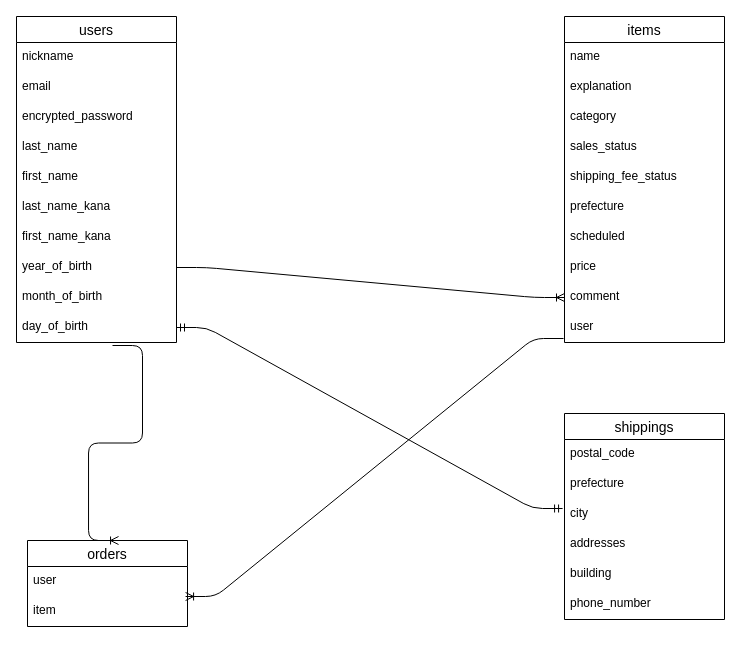
Ikumarucyanman/furima-37116 keeps this draw.io diagram as test.dio. Above is the earlier version. Source tidied: cells renumbered, new cells numbered last; positions are measured from the earlier drawing's top-left corner, leaving out a move shared by most shapes. Both pictures are drawn from the tidied source at 100%, with x=0, y=0 at pixel (16, 16).
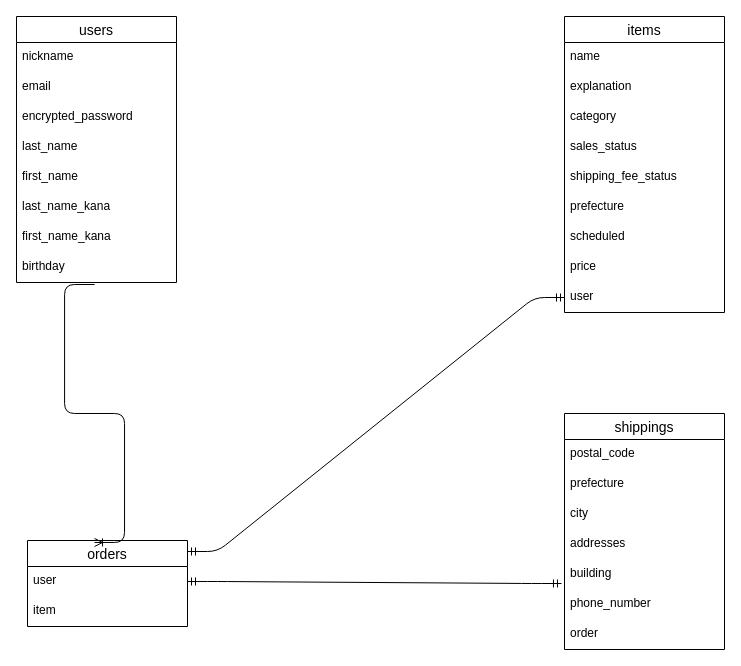
After the change.

The change refers to these unchanged cells:
```xml
<mxCell id="13" value="orders" style="swimlane;fontStyle=0;horizontal=1;startSize=26;align=center;fontSize=14;" parent="1" vertex="1">
  <mxGeometry x="11" y="524" width="160" height="86" as="geometry" />
</mxCell>
<mxCell id="14" value="user" style="text;strokeColor=none;fillColor=none;spacingLeft=4;spacingRight=4;overflow=hidden;points=[[0,0.5],[1,0.5]];portConstraint=eastwest;fontSize=12;" parent="13" vertex="1">
  <mxGeometry y="26" width="160" height="30" as="geometry" />
</mxCell>
<mxCell id="30" value="city  " style="text;strokeColor=none;fillColor=none;spacingLeft=4;spacingRight=4;overflow=hidden;points=[[0,0.5],[1,0.5]];portConstraint=eastwest;fontSize=12;" parent="27" vertex="1">
  <mxGeometry y="86" width="160" height="30" as="geometry" />
</mxCell>
<mxCell id="32" value="building" style="text;strokeColor=none;fillColor=none;spacingLeft=4;spacingRight=4;overflow=hidden;points=[[0,0.5],[1,0.5]];portConstraint=eastwest;fontSize=12;" parent="27" vertex="1">
  <mxGeometry y="146" width="160" height="30" as="geometry" />
</mxCell>
```

Change to the diagram source:
```diff
@@
     <mxCell id="2" value="users" style="swimlane;fontStyle=0;horizontal=1;startSize=26;align=center;fontSize=14;" parent="1" vertex="1">
-      <mxGeometry width="160" height="326" as="geometry" />
+      <mxGeometry width="160" height="266" as="geometry" />
     </mxCell>
@@
-    <mxCell id="10" value="year_of_birth" style="text;strokeColor=none;fillColor=none;spacingLeft=4;spacingRight=4;overflow=hidden;points=[[0,0.5],[1,0.5]];portConstraint=eastwest;fontSize=12;" parent="2" vertex="1">
+    <mxCell id="10" value="birthday" style="text;strokeColor=none;fillColor=none;spacingLeft=4;spacingRight=4;overflow=hidden;points=[[0,0.5],[1,0.5]];portConstraint=eastwest;fontSize=12;" parent="2" vertex="1">
       <mxGeometry y="236" width="160" height="30" as="geometry" />
     </mxCell>
-    <mxCell id="11" value="month_of_birth" style="text;strokeColor=none;fillColor=none;spacingLeft=4;spacingRight=4;overflow=hidden;fontSize=12;" parent="2" vertex="1">
-      <mxGeometry y="266" width="160" height="30" as="geometry" />
-    </mxCell>
-    <mxCell id="12" value="day_of_birth " style="text;strokeColor=none;fillColor=none;spacingLeft=4;spacingRight=4;overflow=hidden;points=[[0,0.5],[1,0.5]];portConstraint=eastwest;fontSize=12;" parent="2" vertex="1">
-      <mxGeometry y="296" width="160" height="30" as="geometry" />
-    </mxCell>
@@
     <mxCell id="16" value="items" style="swimlane;fontStyle=0;horizontal=1;startSize=26;align=center;fontSize=14;" parent="1" vertex="1">
-      <mxGeometry x="548" width="160" height="326" as="geometry" />
+      <mxGeometry x="548" width="160" height="296" as="geometry" />
     </mxCell>
@@
-    <mxCell id="25" value="comment " style="text;strokeColor=none;fillColor=none;spacingLeft=4;spacingRight=4;overflow=hidden;points=[[0,0.5],[1,0.5]];portConstraint=eastwest;fontSize=12;" parent="16" vertex="1">
-      <mxGeometry y="266" width="160" height="30" as="geometry" />
-    </mxCell>
     <mxCell id="26" value="user" style="text;strokeColor=none;fillColor=none;spacingLeft=4;spacingRight=4;overflow=hidden;points=[[0,0.5],[1,0.5]];portConstraint=eastwest;fontSize=12;" parent="16" vertex="1">
-      <mxGeometry y="296" width="160" height="30" as="geometry" />
+      <mxGeometry y="266" width="160" height="30" as="geometry" />
     </mxCell>
     <mxCell id="27" value="shippings" style="swimlane;fontStyle=0;horizontal=1;startSize=26;align=center;fontSize=14;" parent="1" vertex="1">
-      <mxGeometry x="548" y="397" width="160" height="206" as="geometry" />
+      <mxGeometry x="548" y="397" width="160" height="236" as="geometry" />
     </mxCell>
@@
-    <mxCell id="34" style="edgeStyle=entityRelationEdgeStyle;fontSize=12;html=1;endArrow=ERmandOne;startArrow=ERmandOne;entryX=-0.012;entryY=0.3;entryDx=0;entryDy=0;entryPerimeter=0;exitX=1;exitY=0.5;exitDx=0;exitDy=0;" parent="1" edge="1" source="12" target="30">
-      <mxGeometry relative="1" as="geometry" />
-    </mxCell>
-    <mxCell id="35" style="edgeStyle=entityRelationEdgeStyle;fontSize=12;html=1;endArrow=ERoneToMany;exitX=1;exitY=0.5;exitDx=0;exitDy=0;entryX=0;entryY=0.5;entryDx=0;entryDy=0;" parent="1" edge="1" source="10" target="25">
-      <mxGeometry relative="1" as="geometry" />
-    </mxCell>
-    <mxCell id="36" style="edgeStyle=entityRelationEdgeStyle;fontSize=12;html=1;endArrow=ERoneToMany;exitX=0.6;exitY=1.1;exitDx=0;exitDy=0;exitPerimeter=0;entryX=0.569;entryY=0;entryDx=0;entryDy=0;entryPerimeter=0;" parent="1" edge="1" source="12" target="13">
-      <mxGeometry relative="1" as="geometry" />
-    </mxCell>
-    <mxCell id="37" style="edgeStyle=entityRelationEdgeStyle;fontSize=12;html=1;endArrow=ERoneToMany;entryX=0.988;entryY=1;entryDx=0;entryDy=0;entryPerimeter=0;exitX=-0.006;exitY=0.867;exitDx=0;exitDy=0;exitPerimeter=0;" parent="1" edge="1" source="26" target="14">
-      <mxGeometry relative="1" as="geometry" />
-    </mxCell>
+    <mxCell id="38" value="order" style="text;strokeColor=none;fillColor=none;spacingLeft=4;spacingRight=4;overflow=hidden;fontSize=12;" parent="27" vertex="1">
+      <mxGeometry y="206" width="160" height="30" as="geometry" />
+    </mxCell>
+    <mxCell id="39" style="edgeStyle=entityRelationEdgeStyle;fontSize=12;html=1;endArrow=ERmandOne;startArrow=ERmandOne;entryX=-0.019;entryY=0.8;entryDx=0;entryDy=0;entryPerimeter=0;" parent="1" edge="1" source="14" target="32">
+      <mxGeometry relative="1" as="geometry" />
+    </mxCell>
+    <mxCell id="40" style="edgeStyle=entityRelationEdgeStyle;fontSize=12;html=1;endArrow=ERoneToMany;exitX=0.488;exitY=1.067;exitDx=0;exitDy=0;exitPerimeter=0;entryX=0.419;entryY=0.023;entryDx=0;entryDy=0;entryPerimeter=0;" parent="1" edge="1" source="10" target="13">
+      <mxGeometry relative="1" as="geometry" />
+    </mxCell>
+    <mxCell id="41" style="edgeStyle=entityRelationEdgeStyle;fontSize=12;html=1;endArrow=ERmandOne;startArrow=ERmandOne;entryX=0;entryY=0.5;entryDx=0;entryDy=0;exitX=1;exitY=0.128;exitDx=0;exitDy=0;exitPerimeter=0;" parent="1" edge="1" source="13" target="26">
+      <mxGeometry relative="1" as="geometry" />
+    </mxCell>
```
